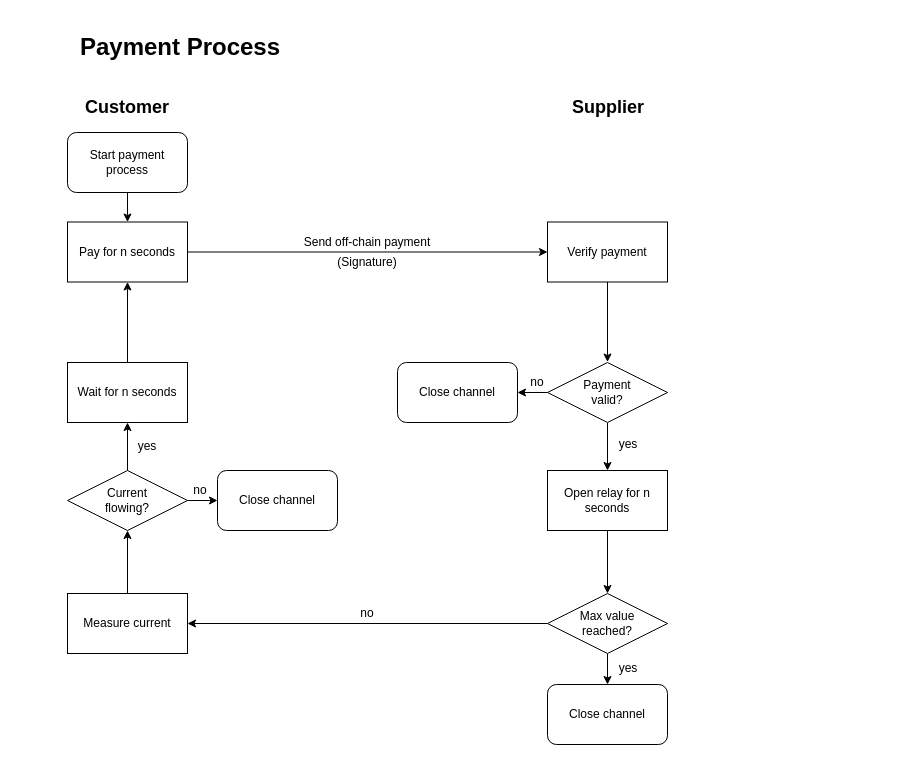
This is page "payment_process" (3 of 4) of flowcharts/Plug-Socket.drawio from gretzke/Blockchain-Based-Smart-Outlet, a draw.io file, before an edit. Source tidied: cells renumbered, new cells numbered last; positions are measured from the earlier drawing's top-left corner, leaving out a move shared by most shapes. Both pictures are drawn from the tidied source at 100%, with x=0, y=0 at pixel (67, 37).
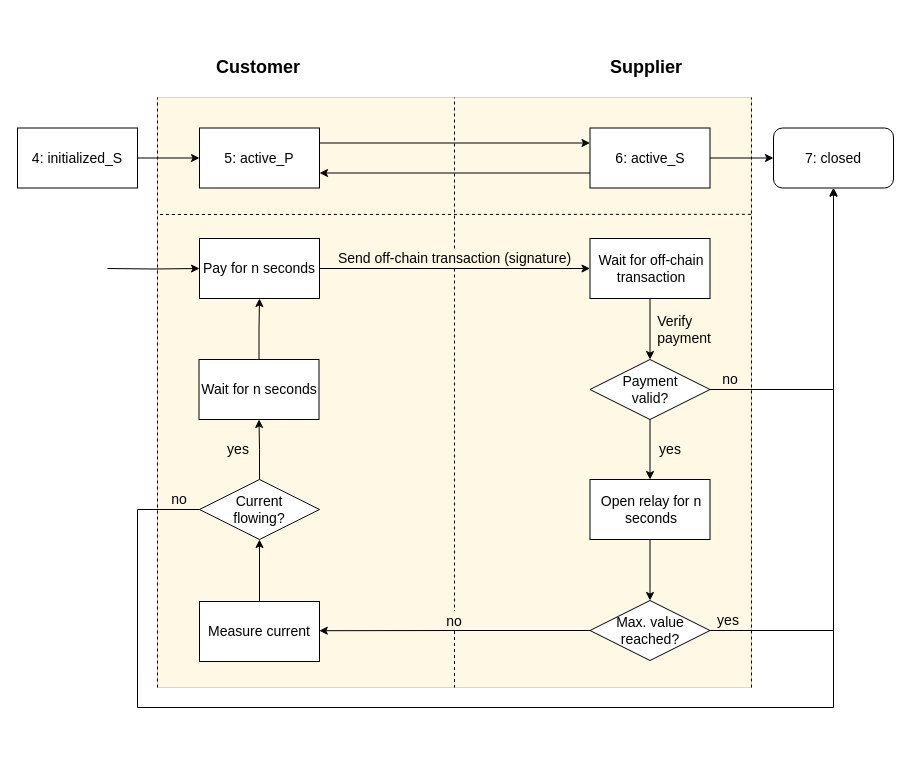
The same page after the edit.

Diff of the diagram source:
```diff
@@
-    <mxCell id="2" style="edgeStyle=orthogonalEdgeStyle;rounded=0;jettySize=auto;html=1;exitX=1;exitY=0.5;exitDx=0;exitDy=0;entryX=0;entryY=0.5;entryDx=0;entryDy=0;" parent="1" edge="1" source="3" target="9">
-      <mxGeometry relative="1" as="geometry" />
-    </mxCell>
+    <mxCell id="37" style="rounded=0;whiteSpace=wrap;html=1;shadow=0;glass=0;comic=0;strokeWidth=1;fillColor=#fff2cc;strokeColor=#d6b656;opacity=50;fontSize=14;" parent="1" vertex="1">
+      <mxGeometry x="90" y="60" width="594" height="590" as="geometry" />
+    </mxCell>
+    <mxCell id="11" value="&lt;b&gt;&lt;font style=&quot;font-size: 18px&quot;&gt;Customer&lt;/font&gt;&lt;/b&gt;&lt;br&gt;" style="text;html=1;strokeColor=none;fillColor=none;align=center;verticalAlign=middle;whiteSpace=wrap;rounded=0;" parent="1" vertex="1">
+      <mxGeometry x="170.5" y="20" width="40" height="20" as="geometry" />
+    </mxCell>
+    <mxCell id="34" value="&lt;b&gt;&lt;font style=&quot;font-size: 18px&quot;&gt;Supplier&lt;/font&gt;&lt;/b&gt;&lt;br&gt;" style="text;html=1;strokeColor=none;fillColor=none;align=center;verticalAlign=middle;whiteSpace=wrap;rounded=0;" parent="1" vertex="1">
+      <mxGeometry x="558.5" y="20" width="40" height="20" as="geometry" />
+    </mxCell>
+    <mxCell id="38" style="edgeStyle=orthogonalEdgeStyle;rounded=0;jettySize=auto;html=1;entryX=0;entryY=0.5;entryDx=0;entryDy=0;fontSize=14;" parent="1" edge="1" source="3" target="52">
+      <mxGeometry relative="1" as="geometry" />
+    </mxCell>
-    <mxCell id="3" value="Pay for n seconds" style="rounded=0;whiteSpace=wrap;html=1;" parent="1" vertex="1">
-      <mxGeometry y="184.5" width="120" height="60" as="geometry" />
+    <mxCell id="3" value="Pay for n seconds&lt;br style=&quot;font-size: 14px&quot;&gt;" style="rounded=0;whiteSpace=wrap;html=1;glass=0;fontSize=14;" parent="1" vertex="1">
+      <mxGeometry x="132" y="201" width="120" height="60" as="geometry" />
     </mxCell>
-    <mxCell id="4" style="edgeStyle=orthogonalEdgeStyle;rounded=0;jettySize=auto;html=1;exitX=0;exitY=0.5;exitDx=0;exitDy=0;entryX=1;entryY=0.5;entryDx=0;entryDy=0;strokeColor=#000000;" parent="1" edge="1" source="6" target="19">
-      <mxGeometry relative="1" as="geometry" />
-    </mxCell>
-    <mxCell id="5" style="edgeStyle=orthogonalEdgeStyle;rounded=0;jettySize=auto;html=1;exitX=0.5;exitY=1;exitDx=0;exitDy=0;" parent="1" edge="1" source="6" target="28">
-      <mxGeometry relative="1" as="geometry" />
-    </mxCell>
-    <mxCell id="6" value="Max value &lt;br&gt;reached?" style="rhombus;whiteSpace=wrap;html=1;" parent="1" vertex="1">
-      <mxGeometry x="480" y="556" width="120" height="60" as="geometry" />
-    </mxCell>
-    <mxCell id="7" value="Send off-chain payment" style="text;html=1;strokeColor=none;fillColor=none;align=center;verticalAlign=middle;whiteSpace=wrap;rounded=0;" parent="1" vertex="1">
-      <mxGeometry x="234" y="194.5" width="132" height="20" as="geometry" />
-    </mxCell>
-    <mxCell id="8" style="edgeStyle=orthogonalEdgeStyle;rounded=0;jettySize=auto;html=1;strokeColor=#000000;" parent="1" edge="1" source="9">
-      <mxGeometry relative="1" as="geometry">
-        <mxPoint x="540" y="324.5" as="targetPoint" />
-      </mxGeometry>
-    </mxCell>
+    <mxCell id="39" style="edgeStyle=orthogonalEdgeStyle;rounded=0;jettySize=auto;html=1;exitX=1;exitY=0.5;exitDx=0;exitDy=0;entryX=0;entryY=0.5;entryDx=0;entryDy=0;fontSize=14;" parent="1" edge="1" source="41" target="42">
+      <mxGeometry relative="1" as="geometry" />
+    </mxCell>
+    <mxCell id="40" style="edgeStyle=orthogonalEdgeStyle;rounded=0;jettySize=auto;html=1;entryX=0;entryY=0.5;entryDx=0;entryDy=0;fontSize=14;" parent="1" edge="1" target="3">
+      <mxGeometry relative="1" as="geometry">
+        <mxPoint x="40" y="231" as="sourcePoint" />
+      </mxGeometry>
+    </mxCell>
+    <mxCell id="41" value="4: initialized_S" style="rounded=0;whiteSpace=wrap;html=1;shadow=0;glass=0;comic=0;strokeWidth=1;fillColor=none;gradientColor=none;fontSize=14;" parent="1" vertex="1">
+      <mxGeometry x="-50" y="90.5" width="120" height="60" as="geometry" />
+    </mxCell>
+    <mxCell id="42" value="5: active_P" style="rounded=0;whiteSpace=wrap;html=1;shadow=0;glass=0;comic=0;strokeWidth=1;fontSize=14;" parent="1" vertex="1">
+      <mxGeometry x="132" y="90.5" width="120" height="60" as="geometry" />
+    </mxCell>
+    <mxCell id="43" style="edgeStyle=orthogonalEdgeStyle;rounded=0;jettySize=auto;html=1;exitX=1;exitY=0.5;exitDx=0;exitDy=0;entryX=0;entryY=0.5;entryDx=0;entryDy=0;fontSize=14;" parent="1" edge="1" source="45" target="47">
+      <mxGeometry relative="1" as="geometry" />
+    </mxCell>
+    <mxCell id="44" style="edgeStyle=orthogonalEdgeStyle;rounded=0;jettySize=auto;html=1;exitX=0;exitY=0.75;exitDx=0;exitDy=0;entryX=1;entryY=0.75;entryDx=0;entryDy=0;" parent="1" edge="1" source="45" target="42">
+      <mxGeometry relative="1" as="geometry" />
+    </mxCell>
+    <mxCell id="45" value="6: active_S" style="rounded=0;whiteSpace=wrap;html=1;shadow=0;glass=0;comic=0;strokeWidth=1;fontSize=14;" parent="1" vertex="1">
+      <mxGeometry x="522.5" y="90.5" width="120" height="60" as="geometry" />
+    </mxCell>
+    <mxCell id="46" style="endArrow=none;dashed=1;html=1;fontSize=14;entryX=0;entryY=0;entryDx=0;entryDy=0;entryPerimeter=0;exitX=0;exitY=1;exitDx=0;exitDy=0;exitPerimeter=0;" parent="1" edge="1" source="37" target="37">
+      <mxGeometry relative="1" as="geometry" />
+    </mxCell>
+    <mxCell id="47" value="7: closed" style="rounded=1;whiteSpace=wrap;html=1;shadow=0;glass=0;comic=0;strokeWidth=1;fillColor=none;gradientColor=none;fontSize=14;" parent="1" vertex="1">
+      <mxGeometry x="706" y="90.5" width="120" height="60" as="geometry" />
+    </mxCell>
+    <mxCell id="48" style="endArrow=none;dashed=1;html=1;fontSize=14;exitX=0.999;exitY=0.198;exitDx=0;exitDy=0;exitPerimeter=0;" parent="1" edge="1" source="37">
+      <mxGeometry relative="1" as="geometry">
+        <mxPoint x="90" y="177" as="targetPoint" />
+      </mxGeometry>
+    </mxCell>
+    <mxCell id="49" style="endArrow=none;dashed=1;html=1;fontSize=14;entryX=1;entryY=0;entryDx=0;entryDy=0;entryPerimeter=0;exitX=1;exitY=1;exitDx=0;exitDy=0;exitPerimeter=0;" parent="1" edge="1" source="37" target="37">
+      <mxGeometry relative="1" as="geometry" />
+    </mxCell>
+    <mxCell id="50" value="no" style="text;html=1;strokeColor=none;fillColor=none;align=center;verticalAlign=middle;whiteSpace=wrap;rounded=0;shadow=0;glass=0;comic=0;opacity=50;fontSize=14;" parent="1" vertex="1">
+      <mxGeometry x="367" y="573.5" width="40" height="20" as="geometry" />
+    </mxCell>
+    <mxCell id="51" style="edgeStyle=orthogonalEdgeStyle;rounded=0;jettySize=auto;html=1;exitX=0.5;exitY=1;exitDx=0;exitDy=0;entryX=0.5;entryY=0;entryDx=0;entryDy=0;fontSize=14;" parent="1" edge="1" source="52" target="15">
+      <mxGeometry relative="1" as="geometry" />
+    </mxCell>
+    <mxCell id="52" value="&lt;div style=&quot;text-align: center&quot;&gt;&lt;span&gt;Wait for off-chain transaction&lt;/span&gt;&lt;/div&gt;&lt;div style=&quot;text-align: center&quot;&gt;&lt;/div&gt;&lt;div style=&quot;text-align: center&quot;&gt;&lt;/div&gt;" style="rounded=0;whiteSpace=wrap;html=1;shadow=0;glass=0;comic=0;strokeWidth=1;fontSize=14;align=left;" parent="1" vertex="1">
+      <mxGeometry x="522.5" y="201" width="120" height="60" as="geometry" />
+    </mxCell>
+    <mxCell id="53" value="Send off-chain transaction (signature)" style="text;html=1;strokeColor=none;fillColor=none;align=center;verticalAlign=middle;whiteSpace=wrap;rounded=0;shadow=0;glass=0;comic=0;fontSize=14;" parent="1" vertex="1">
+      <mxGeometry x="259.5" y="211" width="255" height="20" as="geometry" />
+    </mxCell>
+    <mxCell id="54" style="edgeStyle=orthogonalEdgeStyle;rounded=0;jettySize=auto;html=1;exitX=1;exitY=0.5;exitDx=0;exitDy=0;entryX=0.5;entryY=1;entryDx=0;entryDy=0;fontSize=14;" parent="1" edge="1" source="15" target="47">
+      <mxGeometry relative="1" as="geometry" />
+    </mxCell>
+    <mxCell id="13" style="edgeStyle=orthogonalEdgeStyle;rounded=0;jettySize=auto;html=1;exitX=0.5;exitY=1;exitDx=0;exitDy=0;entryX=0.5;entryY=0;entryDx=0;entryDy=0;fontSize=14;" parent="1" edge="1" source="15" target="17">
+      <mxGeometry relative="1" as="geometry" />
+    </mxCell>
+    <mxCell id="15" value="Payment&lt;br&gt;valid?" style="rhombus;whiteSpace=wrap;html=1;fontSize=14;" parent="1" vertex="1">
+      <mxGeometry x="522.5" y="322" width="120" height="60" as="geometry" />
+    </mxCell>
-    <mxCell id="9" value="Verify payment" style="rounded=0;whiteSpace=wrap;html=1;" parent="1" vertex="1">
-      <mxGeometry x="480" y="184.5" width="120" height="60" as="geometry" />
+    <mxCell id="9" value="&lt;div style=&quot;text-align: left&quot;&gt;&lt;span&gt;Verify payment&lt;/span&gt;&lt;/div&gt;" style="text;html=1;strokeColor=none;fillColor=none;align=center;verticalAlign=middle;whiteSpace=wrap;rounded=0;shadow=0;glass=0;comic=0;fontSize=14;" parent="1" vertex="1">
+      <mxGeometry x="597" y="281.5" width="40" height="20" as="geometry" />
     </mxCell>
-    <mxCell id="10" value="(Signature)" style="text;html=1;strokeColor=none;fillColor=none;align=center;verticalAlign=middle;whiteSpace=wrap;rounded=0;" parent="1" vertex="1">
-      <mxGeometry x="280" y="214.5" width="40" height="20" as="geometry" />
-    </mxCell>
-    <mxCell id="11" value="&lt;b&gt;&lt;font style=&quot;font-size: 18px&quot;&gt;Customer&lt;/font&gt;&lt;/b&gt;&lt;br&gt;" style="text;html=1;strokeColor=none;fillColor=none;align=center;verticalAlign=middle;whiteSpace=wrap;rounded=0;" parent="1" vertex="1">
-      <mxGeometry x="40" y="60" width="40" height="20" as="geometry" />
-    </mxCell>
-    <mxCell id="12" value="&lt;h1&gt;Payment Process&lt;/h1&gt;" style="text;html=1;strokeColor=none;fillColor=none;align=center;verticalAlign=middle;whiteSpace=wrap;rounded=0;" parent="1" vertex="1">
-      <mxGeometry width="226" height="20" as="geometry" />
-    </mxCell>
-    <mxCell id="13" style="edgeStyle=orthogonalEdgeStyle;rounded=0;jettySize=auto;html=1;entryX=0.5;entryY=0;entryDx=0;entryDy=0;strokeColor=#000000;" parent="1" edge="1" source="15" target="17">
-      <mxGeometry relative="1" as="geometry" />
-    </mxCell>
-    <mxCell id="14" style="edgeStyle=orthogonalEdgeStyle;rounded=0;jettySize=auto;html=1;exitX=0;exitY=0.5;exitDx=0;exitDy=0;entryX=1;entryY=0.5;entryDx=0;entryDy=0;" parent="1" edge="1" source="15" target="29">
-      <mxGeometry relative="1" as="geometry" />
-    </mxCell>
-    <mxCell id="15" value="Payment&lt;br&gt;valid?" style="rhombus;whiteSpace=wrap;html=1;" parent="1" vertex="1">
-      <mxGeometry x="480" y="325" width="120" height="60" as="geometry" />
-    </mxCell>
-    <mxCell id="16" style="edgeStyle=orthogonalEdgeStyle;rounded=0;jettySize=auto;html=1;exitX=0.5;exitY=1;exitDx=0;exitDy=0;entryX=0.5;entryY=0;entryDx=0;entryDy=0;strokeColor=#000000;" parent="1" edge="1" source="17" target="6">
-      <mxGeometry relative="1" as="geometry" />
-    </mxCell>
+    <mxCell id="55" value="no" style="text;html=1;strokeColor=none;fillColor=none;align=center;verticalAlign=middle;whiteSpace=wrap;rounded=0;shadow=0;glass=0;comic=0;fontSize=14;" parent="1" vertex="1">
+      <mxGeometry x="642.5" y="332" width="40" height="20" as="geometry" />
+    </mxCell>
+    <mxCell id="56" style="edgeStyle=orthogonalEdgeStyle;rounded=0;jettySize=auto;html=1;exitX=0.5;exitY=1;exitDx=0;exitDy=0;entryX=0.5;entryY=0;entryDx=0;entryDy=0;fontSize=14;" parent="1" edge="1" source="17" target="59">
+      <mxGeometry relative="1" as="geometry" />
+    </mxCell>
-    <mxCell id="17" value="Open relay for n seconds" style="rounded=0;whiteSpace=wrap;html=1;" parent="1" vertex="1">
-      <mxGeometry x="480" y="433" width="120" height="60" as="geometry" />
+    <mxCell id="17" value="&lt;div style=&quot;text-align: center&quot;&gt;&lt;span&gt;Open relay for n seconds&lt;/span&gt;&lt;/div&gt;&lt;div style=&quot;text-align: center&quot;&gt;&lt;/div&gt;" style="rounded=0;whiteSpace=wrap;html=1;shadow=0;glass=0;comic=0;strokeWidth=1;fontSize=14;align=left;" parent="1" vertex="1">
+      <mxGeometry x="522.5" y="442" width="120" height="60" as="geometry" />
     </mxCell>
+    <mxCell id="57" style="edgeStyle=orthogonalEdgeStyle;rounded=0;jettySize=auto;html=1;entryX=0.5;entryY=1;entryDx=0;entryDy=0;fontSize=14;" parent="1" edge="1" source="59" target="47">
+      <mxGeometry relative="1" as="geometry" />
+    </mxCell>
+    <mxCell id="58" style="edgeStyle=orthogonalEdgeStyle;rounded=0;jettySize=auto;html=1;entryX=1;entryY=0.5;entryDx=0;entryDy=0;fontSize=14;fontColor=#000000;" parent="1" edge="1" source="59">
+      <mxGeometry relative="1" as="geometry">
+        <mxPoint x="251.8" y="593.2" as="targetPoint" />
+      </mxGeometry>
+    </mxCell>
+    <mxCell id="59" value="Max. value&lt;br&gt;reached?&lt;br&gt;" style="rhombus;whiteSpace=wrap;html=1;fontSize=14;" parent="1" vertex="1">
+      <mxGeometry x="522.5" y="563" width="120" height="60" as="geometry" />
+    </mxCell>
+    <mxCell id="60" value="yes" style="text;html=1;strokeColor=none;fillColor=none;align=center;verticalAlign=middle;whiteSpace=wrap;rounded=0;shadow=0;glass=0;comic=0;fontSize=14;" parent="1" vertex="1">
+      <mxGeometry x="640.5" y="573" width="40" height="20" as="geometry" />
+    </mxCell>
+    <mxCell id="61" style="endArrow=none;dashed=1;html=1;fontSize=14;fontColor=#000000;entryX=0.5;entryY=0;entryDx=0;entryDy=0;exitX=0.5;exitY=0;exitDx=0;exitDy=0;" parent="1" edge="1" source="53" target="37">
+      <mxGeometry relative="1" as="geometry" />
+    </mxCell>
+    <mxCell id="62" style="endArrow=none;dashed=1;html=1;fontSize=14;fontColor=#000000;entryX=0.5;entryY=0;entryDx=0;entryDy=0;exitX=0.5;exitY=1;exitDx=0;exitDy=0;" parent="1" edge="1" source="53" target="50">
+      <mxGeometry relative="1" as="geometry" />
+    </mxCell>
+    <mxCell id="63" style="endArrow=none;dashed=1;html=1;fontSize=14;fontColor=#000000;entryX=0.5;entryY=1;entryDx=0;entryDy=0;exitX=0.5;exitY=1;exitDx=0;exitDy=0;" parent="1" edge="1" source="50" target="37">
+      <mxGeometry relative="1" as="geometry" />
+    </mxCell>
-    <mxCell id="18" style="edgeStyle=orthogonalEdgeStyle;rounded=0;jettySize=auto;html=1;exitX=0.5;exitY=0;exitDx=0;exitDy=0;entryX=0.5;entryY=1;entryDx=0;entryDy=0;strokeColor=#000000;" parent="1" edge="1" source="19" target="23">
+    <mxCell id="18" style="edgeStyle=orthogonalEdgeStyle;rounded=0;jettySize=auto;html=1;entryX=0.5;entryY=1;entryDx=0;entryDy=0;" parent="1" edge="1" source="19" target="23">
       <mxGeometry relative="1" as="geometry" />
     </mxCell>
-    <mxCell id="19" value="Measure current" style="rounded=0;whiteSpace=wrap;html=1;" parent="1" vertex="1">
-      <mxGeometry y="556" width="120" height="60" as="geometry" />
+    <mxCell id="19" value="&lt;font style=&quot;font-size: 14px&quot;&gt;Measure current&lt;/font&gt;" style="rounded=0;whiteSpace=wrap;html=1;" parent="1" vertex="1">
+      <mxGeometry x="132" y="564" width="120" height="60" as="geometry" />
     </mxCell>
-    <mxCell id="20" value="yes&lt;br&gt;" style="text;html=1;strokeColor=none;fillColor=none;align=center;verticalAlign=middle;whiteSpace=wrap;rounded=0;" parent="1" vertex="1">
-      <mxGeometry x="541" y="397" width="40" height="20" as="geometry" />
-    </mxCell>
-    <mxCell id="21" style="edgeStyle=orthogonalEdgeStyle;rounded=0;jettySize=auto;html=1;exitX=0.5;exitY=0;exitDx=0;exitDy=0;entryX=0.5;entryY=1;entryDx=0;entryDy=0;strokeColor=#000000;" parent="1" edge="1" source="23" target="25">
+    <mxCell id="21" style="edgeStyle=orthogonalEdgeStyle;rounded=0;jettySize=auto;html=1;entryX=0.5;entryY=1;entryDx=0;entryDy=0;" parent="1" edge="1" source="23" target="25">
       <mxGeometry relative="1" as="geometry" />
     </mxCell>
-    <mxCell id="22" style="edgeStyle=orthogonalEdgeStyle;rounded=0;jettySize=auto;html=1;exitX=1;exitY=0.5;exitDx=0;exitDy=0;entryX=0;entryY=0.5;entryDx=0;entryDy=0;" parent="1" edge="1" source="23" target="30">
-      <mxGeometry relative="1" as="geometry" />
-    </mxCell>
+    <mxCell id="64" style="edgeStyle=orthogonalEdgeStyle;rounded=0;jettySize=auto;html=1;exitX=0;exitY=0.5;exitDx=0;exitDy=0;entryX=0.5;entryY=1;entryDx=0;entryDy=0;" parent="1" edge="1" source="23" target="47">
+      <mxGeometry relative="1" as="geometry">
+        <Array as="points">
+          <mxPoint x="70" y="472" />
+          <mxPoint x="70" y="670" />
+          <mxPoint x="766" y="670" />
+        </Array>
+      </mxGeometry>
+    </mxCell>
-    <mxCell id="23" value="Current&lt;br&gt;flowing?" style="rhombus;whiteSpace=wrap;html=1;" parent="1" vertex="1">
-      <mxGeometry y="433" width="120" height="60" as="geometry" />
+    <mxCell id="23" value="Current&lt;br&gt;flowing?" style="rhombus;whiteSpace=wrap;html=1;fontSize=14;" parent="1" vertex="1">
+      <mxGeometry x="132" y="442" width="120" height="60" as="geometry" />
     </mxCell>
-    <mxCell id="24" style="edgeStyle=orthogonalEdgeStyle;rounded=0;jettySize=auto;html=1;exitX=0.5;exitY=0;exitDx=0;exitDy=0;entryX=0.5;entryY=1;entryDx=0;entryDy=0;strokeColor=#000000;" parent="1" edge="1" source="25" target="3">
+    <mxCell id="24" style="edgeStyle=orthogonalEdgeStyle;rounded=0;jettySize=auto;html=1;entryX=0.5;entryY=1;entryDx=0;entryDy=0;" parent="1" edge="1" source="25" target="3">
       <mxGeometry relative="1" as="geometry" />
     </mxCell>
-    <mxCell id="25" value="Wait for n seconds" style="rounded=0;whiteSpace=wrap;html=1;" parent="1" vertex="1">
-      <mxGeometry y="325" width="120" height="60" as="geometry" />
+    <mxCell id="25" value="&lt;font style=&quot;font-size: 14px&quot;&gt;Wait for n seconds&lt;/font&gt;" style="rounded=0;whiteSpace=wrap;html=1;" parent="1" vertex="1">
+      <mxGeometry x="131.5" y="322" width="120" height="60" as="geometry" />
     </mxCell>
-    <mxCell id="26" value="yes" style="text;html=1;strokeColor=none;fillColor=none;align=center;verticalAlign=middle;whiteSpace=wrap;rounded=0;" parent="1" vertex="1">
-      <mxGeometry x="60" y="399" width="40" height="20" as="geometry" />
-    </mxCell>
-    <mxCell id="27" value="no" style="text;html=1;strokeColor=none;fillColor=none;align=center;verticalAlign=middle;whiteSpace=wrap;rounded=0;" parent="1" vertex="1">
-      <mxGeometry x="280" y="566" width="40" height="20" as="geometry" />
-    </mxCell>
-    <mxCell id="28" value="Close channel" style="rounded=1;whiteSpace=wrap;html=1;" parent="1" vertex="1">
-      <mxGeometry x="480" y="647" width="120" height="60" as="geometry" />
-    </mxCell>
-    <mxCell id="29" value="Close channel" style="rounded=1;whiteSpace=wrap;html=1;" parent="1" vertex="1">
-      <mxGeometry x="330" y="325" width="120" height="60" as="geometry" />
-    </mxCell>
-    <mxCell id="30" value="Close channel" style="rounded=1;whiteSpace=wrap;html=1;" parent="1" vertex="1">
-      <mxGeometry x="150" y="433" width="120" height="60" as="geometry" />
-    </mxCell>
-    <mxCell id="31" value="yes&lt;br&gt;" style="text;html=1;strokeColor=none;fillColor=none;align=center;verticalAlign=middle;whiteSpace=wrap;rounded=0;" parent="1" vertex="1">
-      <mxGeometry x="541" y="621" width="40" height="20" as="geometry" />
-    </mxCell>
-    <mxCell id="32" value="no" style="text;html=1;strokeColor=none;fillColor=none;align=center;verticalAlign=middle;whiteSpace=wrap;rounded=0;" parent="1" vertex="1">
-      <mxGeometry x="113" y="443" width="40" height="20" as="geometry" />
-    </mxCell>
-    <mxCell id="33" value="no" style="text;html=1;strokeColor=none;fillColor=none;align=center;verticalAlign=middle;whiteSpace=wrap;rounded=0;" parent="1" vertex="1">
-      <mxGeometry x="450" y="335" width="40" height="20" as="geometry" />
-    </mxCell>
-    <mxCell id="34" value="&lt;b&gt;&lt;font style=&quot;font-size: 18px&quot;&gt;Supplier&lt;/font&gt;&lt;/b&gt;&lt;br&gt;" style="text;html=1;strokeColor=none;fillColor=none;align=center;verticalAlign=middle;whiteSpace=wrap;rounded=0;" parent="1" vertex="1">
-      <mxGeometry x="521" y="60" width="40" height="20" as="geometry" />
-    </mxCell>
-    <mxCell id="35" style="edgeStyle=orthogonalEdgeStyle;rounded=0;jettySize=auto;html=1;exitX=0.5;exitY=1;exitDx=0;exitDy=0;entryX=0.5;entryY=0;entryDx=0;entryDy=0;" parent="1" edge="1" source="36" target="3">
-      <mxGeometry relative="1" as="geometry" />
-    </mxCell>
-    <mxCell id="36" value="Start payment process&lt;br&gt;" style="rounded=1;whiteSpace=wrap;html=1;" parent="1" vertex="1">
-      <mxGeometry y="95" width="120" height="60" as="geometry" />
-    </mxCell>
+    <mxCell id="65" value="&lt;font style=&quot;font-size: 14px&quot;&gt;no&lt;/font&gt;&lt;br&gt;" style="text;html=1;strokeColor=none;fillColor=none;align=center;verticalAlign=middle;whiteSpace=wrap;rounded=0;" parent="1" vertex="1">
+      <mxGeometry x="92" y="452" width="40" height="20" as="geometry" />
+    </mxCell>
+    <mxCell id="66" value="yes" style="text;html=1;strokeColor=none;fillColor=none;align=center;verticalAlign=middle;whiteSpace=wrap;rounded=0;shadow=0;glass=0;comic=0;fontSize=14;" parent="1" vertex="1">
+      <mxGeometry x="582.5" y="402" width="40" height="20" as="geometry" />
+    </mxCell>
+    <mxCell id="67" value="yes" style="text;html=1;strokeColor=none;fillColor=none;align=center;verticalAlign=middle;whiteSpace=wrap;rounded=0;shadow=0;glass=0;comic=0;fontSize=14;" parent="1" vertex="1">
+      <mxGeometry x="150.5" y="402" width="40" height="20" as="geometry" />
+    </mxCell>
+    <mxCell id="68" style="endArrow=classic;html=1;entryX=0;entryY=0.25;entryDx=0;entryDy=0;exitX=1;exitY=0.25;exitDx=0;exitDy=0;" parent="1" edge="1" source="42" target="45">
+      <mxGeometry relative="1" as="geometry" />
+    </mxCell>
```
